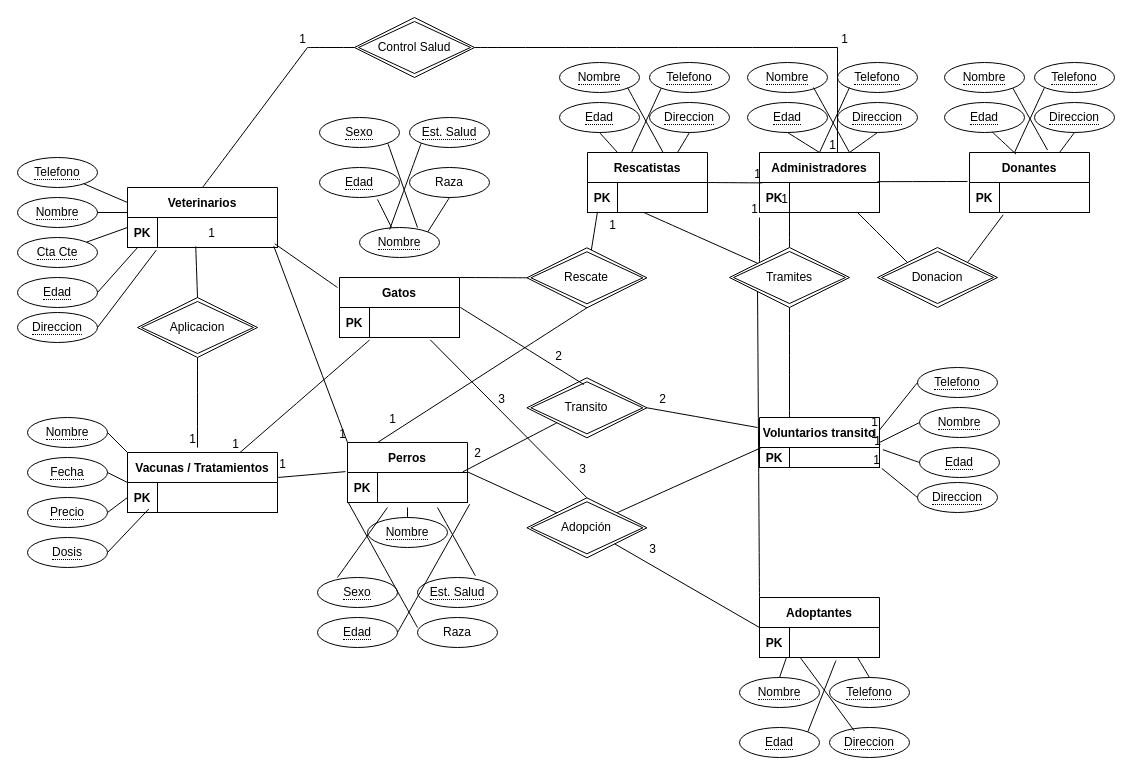
Earlier version of the draw.io diagram Diagrama sin título.drawio (Dfrugone/ITFS-4). Source tidied: cells renumbered, new cells numbered last; positions are measured from the earlier drawing's top-left corner, leaving out a move shared by most shapes. Both pictures are drawn from the tidied source at 100%, with x=0, y=0 at pixel (17, 17).
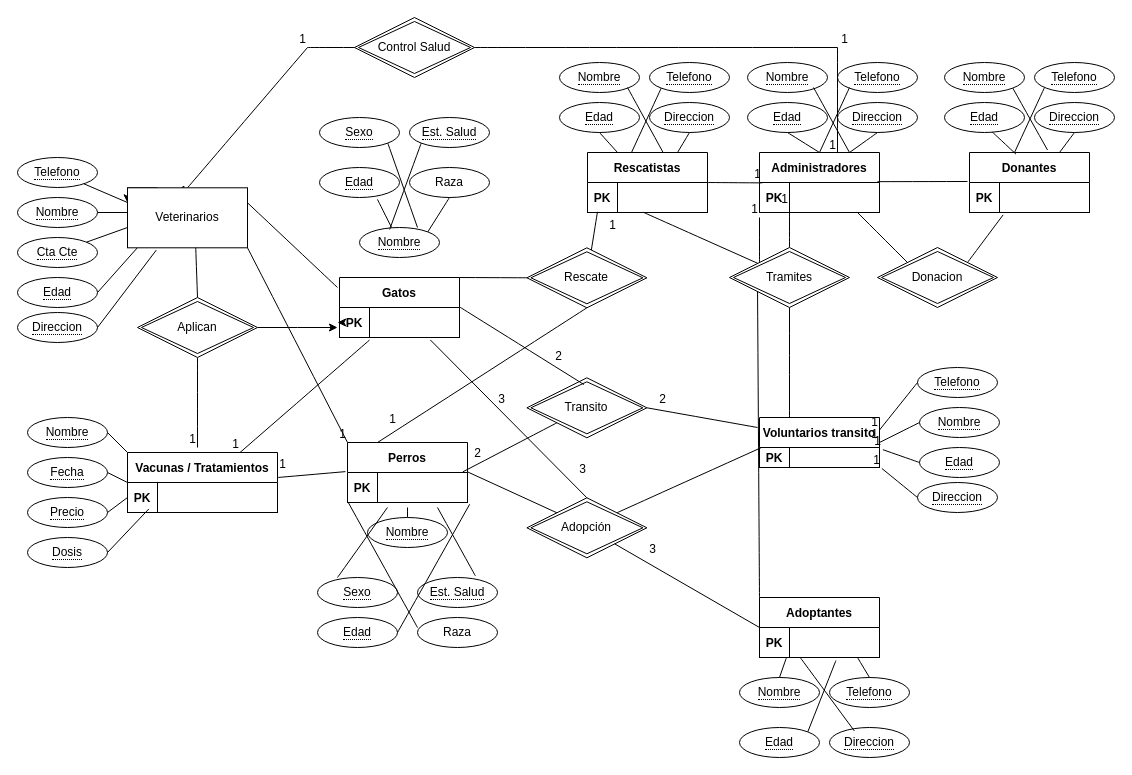
The same page after the edit.

Commit message:
Base de dato Conceptual.drawio

Unchanged cells that the change refers to:
```xml
<mxCell id="2" value="Perros" style="shape=table;startSize=30;childLayout=tableLayout;rowLines=0;fontStyle=1;align=center;" parent="1" vertex="1">
  <mxGeometry x="330" y="425" width="120" height="60" as="geometry" />
</mxCell>
<mxCell id="7" style="shape=partialRectangle;fillColor=none;points=[[0,0.5],[1,0.5]];portConstraint=eastwest;top=0;left=0;right=0;bottom=1;" parent="6" vertex="1">
  <mxGeometry y="30" width="120" height="30" as="geometry" />
</mxCell>
<mxCell id="116" value="&lt;span style=&quot;border-bottom: 1px dotted&quot;&gt;Edad&lt;/span&gt;" style="ellipse;whiteSpace=wrap;html=1;align=center;" parent="1" vertex="1">
  <mxGeometry y="260" width="80" height="30" as="geometry" />
</mxCell>
<mxCell id="117" value="&lt;span style=&quot;border-bottom: 1px dotted&quot;&gt;Telefono&lt;/span&gt;" style="ellipse;whiteSpace=wrap;html=1;align=center;" parent="1" vertex="1">
  <mxGeometry y="140" width="80" height="30" as="geometry" />
</mxCell>
<mxCell id="118" value="&lt;span style=&quot;border-bottom: 1px dotted&quot;&gt;Direccion&lt;/span&gt;" style="ellipse;whiteSpace=wrap;html=1;align=center;" parent="1" vertex="1">
  <mxGeometry y="295" width="80" height="30" as="geometry" />
</mxCell>
```

The edit, as a diff of the source:
```diff
@@
-    <mxCell id="73" style="endArrow=none;html=1;rounded=0;fontSize=12;startSize=8;endSize=8;curved=1;entryX=0.982;entryY=0.878;entryDx=0;entryDy=0;entryPerimeter=0;" parent="1" edge="1" target="104">
+    <mxCell id="73" style="endArrow=none;html=1;rounded=0;fontSize=12;startSize=8;endSize=8;curved=1;entryX=1;entryY=0.25;entryDx=0;entryDy=0;" parent="1" edge="1" target="103">
       <mxGeometry relative="1" as="geometry">
         <mxPoint x="320" y="270" as="sourcePoint" />
       </mxGeometry>
     </mxCell>
@@
-    <mxCell id="103" value="Veterinarios" style="shape=table;startSize=30;childLayout=tableLayout;rowLines=0;fontStyle=1;align=center;" parent="1" vertex="1">
-      <mxGeometry x="110" y="170" width="150" height="60" as="geometry" />
-    </mxCell>
-    <mxCell id="104" style="shape=partialRectangle;fillColor=none;points=[[0,0.5],[1,0.5]];portConstraint=eastwest;top=0;left=0;right=0;bottom=1;" parent="103" vertex="1">
-      <mxGeometry y="30" width="150" height="30" as="geometry" />
-    </mxCell>
-    <mxCell id="105" value="PK" style="shape=partialRectangle;overflow=hidden;fillColor=none;top=0;left=0;bottom=0;right=0;fontStyle=1;" parent="104" vertex="1">
-      <mxGeometry width="30" height="30" as="geometry" />
-    </mxCell>
-    <mxCell id="106" style="shape=partialRectangle;overflow=hidden;fillColor=none;top=0;left=0;bottom=0;right=0;align=left;spacingLeft=6;fontStyle=5;" parent="104" vertex="1">
-      <mxGeometry x="30" width="120" height="30" as="geometry" />
-    </mxCell>
@@
-    <mxCell id="109" style="endArrow=none;html=1;rounded=0;fontSize=12;startSize=8;endSize=8;curved=1;entryX=0;entryY=0;entryDx=0;entryDy=0;exitX=0.975;exitY=0.952;exitDx=0;exitDy=0;exitPerimeter=0;" parent="1" edge="1" source="104" target="2">
+    <mxCell id="109" style="endArrow=none;html=1;rounded=0;fontSize=12;startSize=8;endSize=8;curved=1;entryX=0;entryY=0;entryDx=0;entryDy=0;exitX=1;exitY=1;exitDx=0;exitDy=0;" parent="1" edge="1" source="103" target="2">
       <mxGeometry relative="1" as="geometry" />
     </mxCell>
@@
-    <mxCell id="125" style="endArrow=none;html=1;rounded=0;entryX=0;entryY=0.25;entryDx=0;entryDy=0;" parent="1" edge="1" source="117" target="103">
-      <mxGeometry relative="1" as="geometry" />
+    <mxCell id="125" style="endArrow=none;html=1;rounded=0;entryX=0;entryY=0.25;entryDx=0;entryDy=0;" parent="1" edge="1" source="117">
+      <mxGeometry relative="1" as="geometry">
+        <mxPoint x="110" y="185" as="targetPoint" />
+      </mxGeometry>
     </mxCell>
@@
-    <mxCell id="128" style="endArrow=none;html=1;rounded=0;exitX=1;exitY=0.5;exitDx=0;exitDy=0;entryX=0.067;entryY=1;entryDx=0;entryDy=0;entryPerimeter=0;" parent="1" edge="1" source="116" target="104">
-      <mxGeometry relative="1" as="geometry" />
+    <mxCell id="128" style="endArrow=none;html=1;rounded=0;exitX=1;exitY=0.5;exitDx=0;exitDy=0;entryX=0.067;entryY=1;entryDx=0;entryDy=0;entryPerimeter=0;" parent="1" edge="1" source="116">
+      <mxGeometry relative="1" as="geometry">
+        <mxPoint x="120.1" y="230" as="targetPoint" />
+      </mxGeometry>
     </mxCell>
-    <mxCell id="129" style="endArrow=none;html=1;rounded=0;exitX=1;exitY=0.5;exitDx=0;exitDy=0;entryX=0.192;entryY=1.088;entryDx=0;entryDy=0;entryPerimeter=0;" parent="1" edge="1" source="118" target="104">
-      <mxGeometry relative="1" as="geometry" />
+    <mxCell id="129" style="endArrow=none;html=1;rounded=0;exitX=1;exitY=0.5;exitDx=0;exitDy=0;entryX=0.192;entryY=1.088;entryDx=0;entryDy=0;entryPerimeter=0;" parent="1" edge="1" source="118">
+      <mxGeometry relative="1" as="geometry">
+        <mxPoint x="138.8" y="232.6" as="targetPoint" />
+      </mxGeometry>
     </mxCell>
@@
-    <mxCell id="135" style="endArrow=none;html=1;rounded=0;fontSize=12;startSize=8;endSize=8;curved=1;exitX=0.455;exitY=0.963;exitDx=0;exitDy=0;exitPerimeter=0;entryX=0.5;entryY=0;entryDx=0;entryDy=0;" parent="1" edge="1" source="104" target="136">
-      <mxGeometry relative="1" as="geometry" />
+    <mxCell id="135" style="endArrow=none;html=1;rounded=0;fontSize=12;startSize=8;endSize=8;curved=1;exitX=0.455;exitY=0.963;exitDx=0;exitDy=0;exitPerimeter=0;entryX=0.5;entryY=0;entryDx=0;entryDy=0;" parent="1" edge="1" target="136">
+      <mxGeometry relative="1" as="geometry">
+        <mxPoint x="178.2" y="228.9" as="sourcePoint" />
+      </mxGeometry>
     </mxCell>
+    <mxCell id="177" style="edgeStyle=orthogonalEdgeStyle;rounded=0;jettySize=auto;html=1;" parent="1" edge="1" source="136">
+      <mxGeometry relative="1" as="geometry">
+        <mxPoint x="320" y="310" as="targetPoint" />
+      </mxGeometry>
+    </mxCell>
-    <mxCell id="136" value="Aplicacion" style="shape=rhombus;double=1;perimeter=rhombusPerimeter;whiteSpace=wrap;html=1;align=center;" parent="1" vertex="1">
+    <mxCell id="136" value="Aplican" style="shape=rhombus;double=1;perimeter=rhombusPerimeter;whiteSpace=wrap;html=1;align=center;" parent="1" vertex="1">
       <mxGeometry x="120" y="280" width="120" height="60" as="geometry" />
     </mxCell>
@@
+    <mxCell id="178" style="edgeStyle=orthogonalEdgeStyle;rounded=0;orthogonalLoop=1;jettySize=auto;html=1;exitX=0.25;exitY=0;exitDx=0;exitDy=0;entryX=0;entryY=0.25;entryDx=0;entryDy=0;" parent="1" edge="1" source="103" target="103">
+      <mxGeometry relative="1" as="geometry" />
+    </mxCell>
+    <mxCell id="179" style="endArrow=none;html=1;rounded=0;fontSize=12;startSize=8;endSize=8;curved=1;exitX=0.5;exitY=0;exitDx=0;exitDy=0;" parent="1" edge="1" target="103">
+      <mxGeometry relative="1" as="geometry">
+        <mxPoint x="185" y="170" as="sourcePoint" />
+      </mxGeometry>
+    </mxCell>
+    <mxCell id="103" value="Veterinarios" style="rounded=0;whiteSpace=wrap;html=1;" parent="1" vertex="1">
+      <mxGeometry x="110" y="170.3" width="120" height="60" as="geometry" />
+    </mxCell>
+    <mxCell id="180" style="edgeStyle=orthogonalEdgeStyle;rounded=0;jettySize=auto;html=1;exitX=0;exitY=0.5;exitDx=0;exitDy=0;" parent="1" edge="1" source="7">
+      <mxGeometry relative="1" as="geometry">
+        <mxPoint x="320" y="305.6" as="targetPoint" />
+      </mxGeometry>
+    </mxCell>
```
